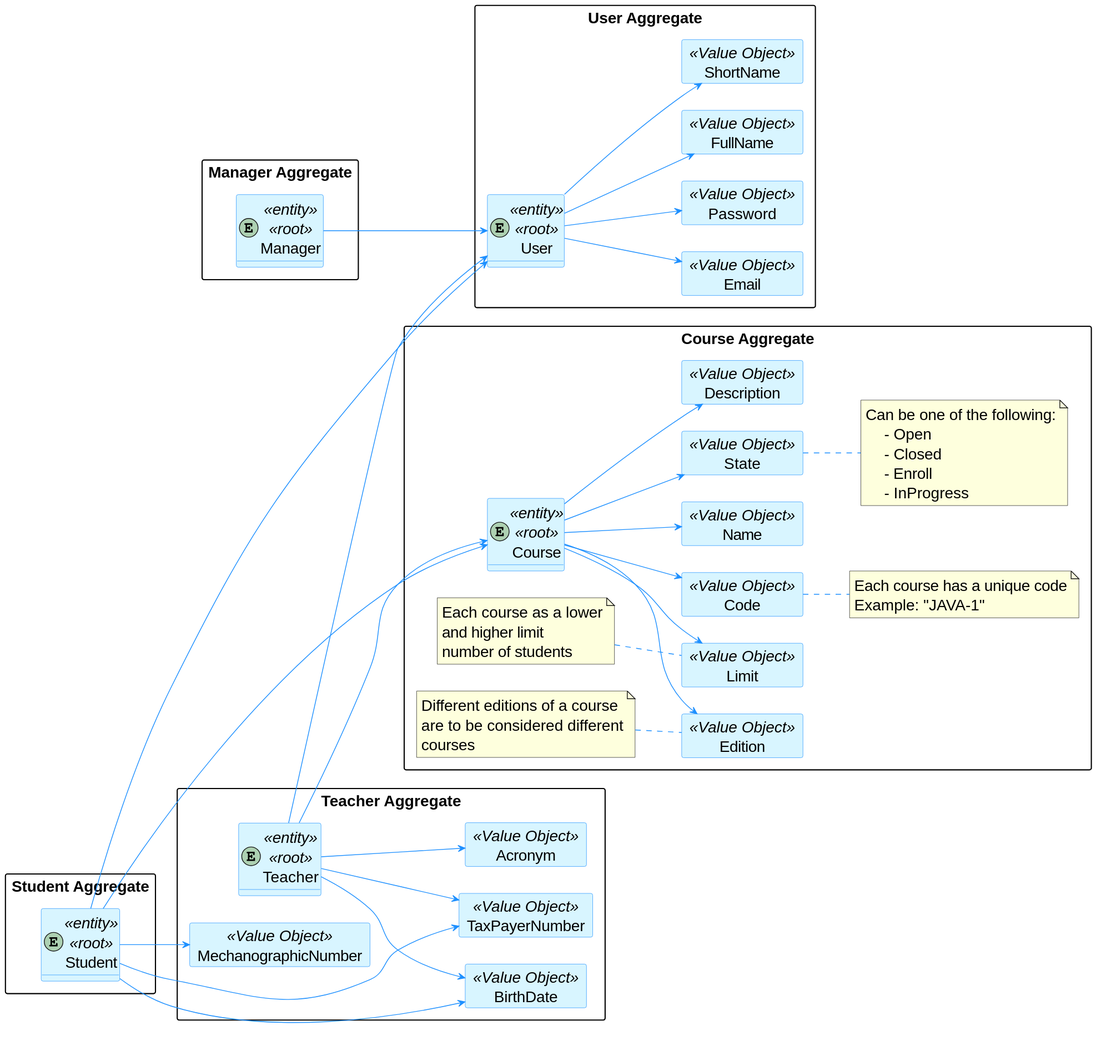
Before: docs/1211201/User and Course Aggregates.svg, a diagram exported from PlantUML (brunacosta03/sem4pi_22_23). Source of this version:
```plantuml
@startuml
skinparamlocked defaultFontSize 20

hide methods
left to right direction

skinparam classAttributeIconSize 0

skinparam class {
    LifeLineBorderColor DodgerBlue
    LifeLineBackgroundColor APPLICATION
    BackgroundColor #D8F5FF
    ArrowColor DodgerBlue
    BorderColor DodgerBlue
}

skinparam packageStyle rectangle
skinparam card {
    LifeLineBorderColor DodgerBlue
    LifeLineBackgroundColor APPLICATION
    BackgroundColor #D8F5FF
    ArrowColor DodgerBlue
    BorderColor DodgerBlue
}


package "User Aggregate"{
    entity User <<entity>><<root>>

    card Email <<Value Object>>{
    }
    card Password <<Value Object>>{
    }
    card FullName <<Value Object>>{
    }
    card ShortName <<Value Object>>{
    }

    User --> Email
    User --> Password
    User --> FullName
    User --> ShortName

}

package "Course Aggregate"{
    entity Course <<entity>><<root>>

    card Code <<Value Object>> {
    }
    card Name <<Value Object>>{
    }
    card State <<Value Object>>{
    }
    card Description <<Value Object>>{
    }
    card Limit <<Value Object>>{
    }
    card Edition <<Value Object>>{
    }


    Course --> Name
    Course --> State
    Course --> Description
    Course --> Limit
    Course --> Code

    note right of State
        Can be one of the following:
            - Open
            - Closed
            - Enroll
            - InProgress
    end note

    note left of Limit
        Each course as a lower
        and higher limit
        number of students
    end note

    note right of Code
        Each course has a unique code
        Example: "JAVA-1"
    end note

    note left of Edition
        Different editions of a course
        are to be considered different
        courses
    end note


}

package "Teacher Aggregate"{

    entity Teacher <<entity>><<root>>

    card Acronym <<Value Object>>{
    }
    card BirthDate <<Value Object>>{
    }
    card TaxPayerNumber <<Value Object>>{
    }
    Teacher --> BirthDate
    Teacher --> TaxPayerNumber
    Teacher --> Acronym

}

package "Manager Aggregate"{

    entity Manager <<entity>><<root>>

}

package "Student Aggregate"{

    entity Student <<entity>><<root>>
    card BirthDate <<Value Object>>{
    }
    card TaxPayerNumber <<Value Object>>{
    }
    card MechanographicNumber <<Value Object>>{
    }
    Student --> BirthDate
    Student --> TaxPayerNumber
    Student --> MechanographicNumber

}

    Teacher --> User
    Manager --> User
    Student --> User

    Teacher --> Course
    Student --> Course

    Course --> Edition
@enduml
```
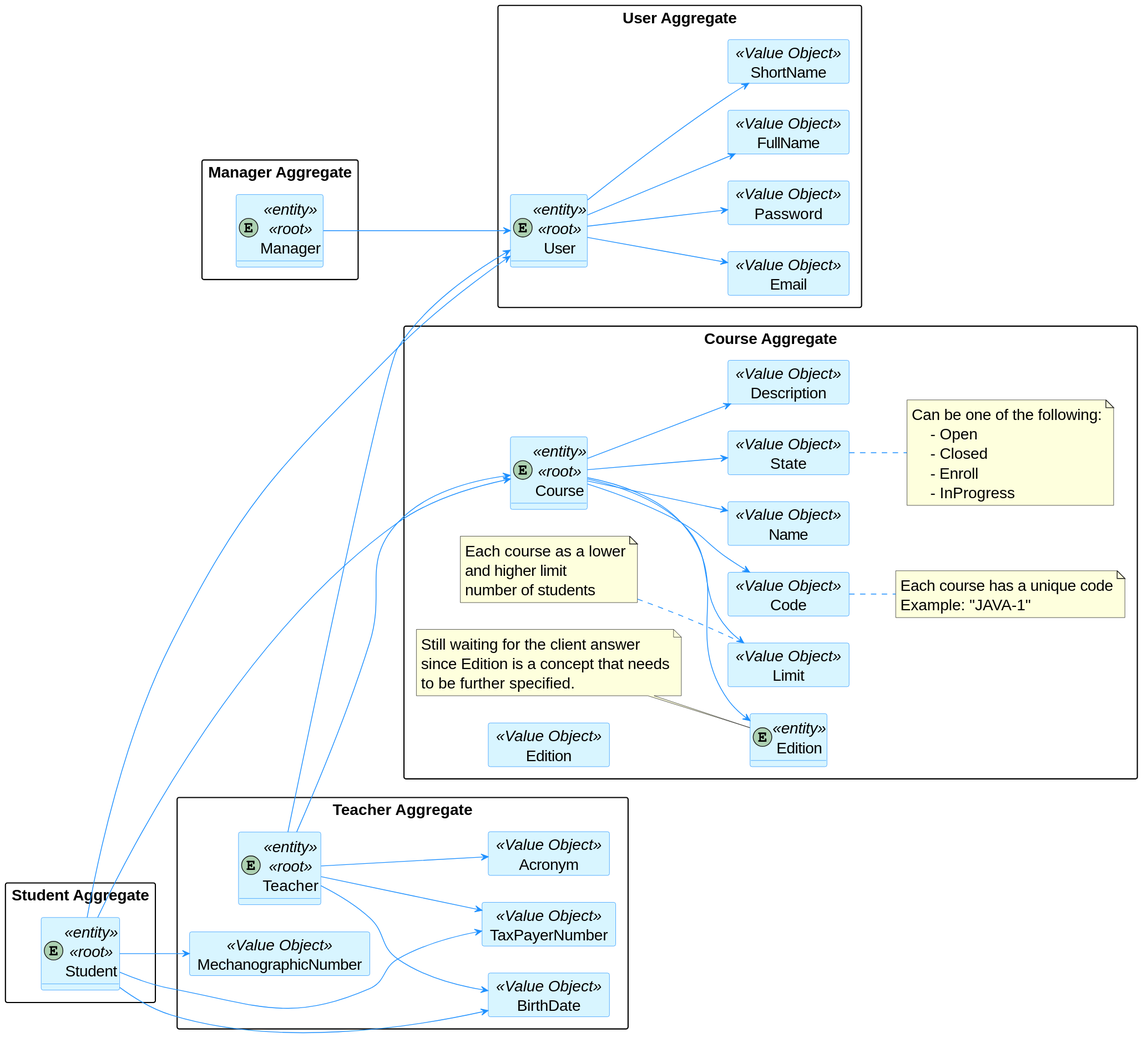
The same diagram one commit later.

The edit, as a diff of the source:
```diff
@@ -85,12 +85,14 @@
         Example: "JAVA-1"
     end note
 
-    note left of Edition
-        Different editions of a course
-        are to be considered different
-        courses
+    entity Edition <<entity>>
+
+
+    note left
+        Still waiting for the client answer
+        since Edition is a concept that needs
+        to be further specified.
     end note
-
 
 }
 
```
